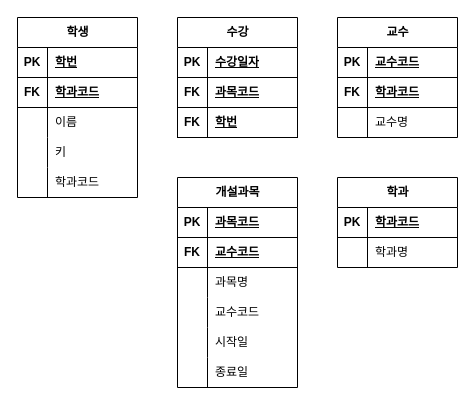
The draw.io diagram page "Page-3" (3 of 3) of erd/hanbit.drawio in kantenna/database, before the edit. Source tidied: cells renumbered, new cells numbered last; positions are measured from the earlier drawing's top-left corner, leaving out a move shared by most shapes. Both pictures are drawn from the tidied source at 100%, with x=0, y=0 at pixel (17, 17).
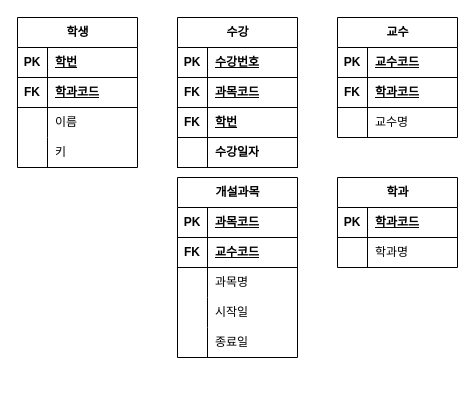
The same page after the edit.

Unchanged cells that the change refers to:
```xml
<mxCell id="55" style="shape=tableRow;horizontal=0;startSize=0;swimlaneHead=0;swimlaneBody=0;fillColor=none;top=0;left=0;right=0;bottom=1;" parent="54" vertex="1">
  <mxGeometry y="30" width="120" height="30" as="geometry" />
</mxCell>
```

Diff of the diagram source:
```diff
@@
     <mxCell id="2" value="학생" style="shape=table;startSize=30;childLayout=tableLayout;rowLines=0;fontStyle=1;align=center;html=1;" parent="1" vertex="1">
-      <mxGeometry width="120" height="180" as="geometry" />
+      <mxGeometry width="120" height="150" as="geometry" />
     </mxCell>
@@
-    <mxCell id="15" style="shape=tableRow;horizontal=0;startSize=0;swimlaneHead=0;swimlaneBody=0;fillColor=none;top=0;left=0;right=0;bottom=0;" parent="2" vertex="1">
-      <mxGeometry y="150" width="120" height="30" as="geometry" />
-    </mxCell>
-    <mxCell id="16" style="shape=partialRectangle;fillColor=none;top=0;left=0;bottom=0;right=0;overflow=hidden;whiteSpace=wrap;html=1;" parent="15" vertex="1">
-      <mxGeometry width="30" height="30" as="geometry" />
-    </mxCell>
-    <mxCell id="17" value="학과코드" style="shape=partialRectangle;fillColor=none;top=0;left=0;bottom=0;right=0;align=left;spacingLeft=6;overflow=hidden;whiteSpace=wrap;html=1;" parent="15" vertex="1">
-      <mxGeometry x="30" width="90" height="30" as="geometry" />
-    </mxCell>
@@
     <mxCell id="35" value="개설과목" style="shape=table;startSize=30;childLayout=tableLayout;rowLines=0;fontStyle=1;align=center;html=1;" parent="1" vertex="1">
-      <mxGeometry x="160" y="160" width="120" height="210" as="geometry" />
+      <mxGeometry x="160" y="160" width="120" height="180" as="geometry" />
     </mxCell>
@@
-    <mxCell id="45" style="shape=tableRow;horizontal=0;startSize=0;swimlaneHead=0;swimlaneBody=0;fillColor=none;top=0;left=0;right=0;bottom=0;" parent="35" vertex="1">
-      <mxGeometry y="120" width="120" height="30" as="geometry" />
-    </mxCell>
-    <mxCell id="46" style="shape=partialRectangle;fillColor=none;top=0;left=0;bottom=0;right=0;overflow=hidden;whiteSpace=wrap;html=1;" parent="45" vertex="1">
-      <mxGeometry width="30" height="30" as="geometry" />
-    </mxCell>
-    <mxCell id="47" value="교수코드" style="shape=partialRectangle;fillColor=none;top=0;left=0;bottom=0;right=0;align=left;spacingLeft=6;overflow=hidden;whiteSpace=wrap;html=1;" parent="45" vertex="1">
-      <mxGeometry x="30" width="90" height="30" as="geometry" />
-    </mxCell>
     <mxCell id="48" style="shape=tableRow;horizontal=0;startSize=0;swimlaneHead=0;swimlaneBody=0;fillColor=none;top=0;left=0;right=0;bottom=0;" parent="35" vertex="1">
-      <mxGeometry y="150" width="120" height="30" as="geometry" />
+      <mxGeometry y="120" width="120" height="30" as="geometry" />
     </mxCell>
@@
     <mxCell id="51" style="shape=tableRow;horizontal=0;startSize=0;swimlaneHead=0;swimlaneBody=0;fillColor=none;top=0;left=0;right=0;bottom=0;" parent="35" vertex="1">
-      <mxGeometry y="180" width="120" height="30" as="geometry" />
+      <mxGeometry y="150" width="120" height="30" as="geometry" />
     </mxCell>
@@
     <mxCell id="54" value="수강" style="shape=table;startSize=30;childLayout=tableLayout;rowLines=0;fontStyle=1;align=center;html=1;" parent="1" vertex="1">
-      <mxGeometry x="160" width="120" height="120" as="geometry" />
+      <mxGeometry x="160" width="120" height="150" as="geometry" />
     </mxCell>
@@
-    <mxCell id="57" value="수강일자" style="shape=partialRectangle;fillColor=none;top=0;left=0;bottom=0;right=0;align=left;spacingLeft=6;fontStyle=5;overflow=hidden;whiteSpace=wrap;html=1;" parent="55" vertex="1">
+    <mxCell id="57" value="수강번호" style="shape=partialRectangle;fillColor=none;top=0;left=0;bottom=0;right=0;align=left;spacingLeft=6;fontStyle=5;overflow=hidden;whiteSpace=wrap;html=1;" parent="55" vertex="1">
       <mxGeometry x="30" width="90" height="30" as="geometry" />
     </mxCell>
@@
+    <mxCell id="64" style="shape=tableRow;horizontal=0;startSize=0;swimlaneHead=0;swimlaneBody=0;fillColor=none;top=0;left=0;right=0;bottom=1;" parent="54" vertex="1">
+      <mxGeometry y="120" width="120" height="30" as="geometry" />
+    </mxCell>
+    <mxCell id="65" style="shape=partialRectangle;fillColor=none;top=0;left=0;bottom=0;right=0;fontStyle=1;overflow=hidden;whiteSpace=wrap;html=1;" parent="64" vertex="1">
+      <mxGeometry width="30" height="30" as="geometry" />
+    </mxCell>
+    <mxCell id="66" value="수강일자" style="shape=partialRectangle;fillColor=none;top=0;left=0;bottom=0;right=0;align=left;spacingLeft=6;fontStyle=1;overflow=hidden;whiteSpace=wrap;html=1;" parent="64" vertex="1">
+      <mxGeometry x="30" width="90" height="30" as="geometry" />
+    </mxCell>
```
